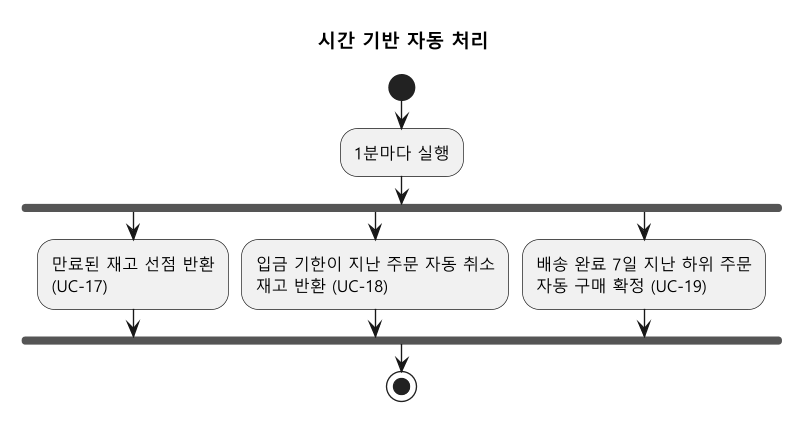
parknahyun/shopflow keeps this PlantUML diagram as specs/001-multiseller-commerce-core/diagrams/business-process-auto.png. Above is the earlier version. Its diagram source:
```plantuml
@startuml
skinparam defaultFontName "Malgun Gothic"
skinparam dpi 130
title 시간 기반 자동 처리

|스케줄러|
start
:1분마다 실행;
fork
  :만료된 재고 선점 반환\n(UC-17);
fork again
  :입금 기한이 지난 주문 자동 취소\n재고 반환 (UC-18);
fork again
  :배송 완료 7일 지난 하위 주문\n자동 구매 확정 (UC-19);
end fork
stop
@enduml
```
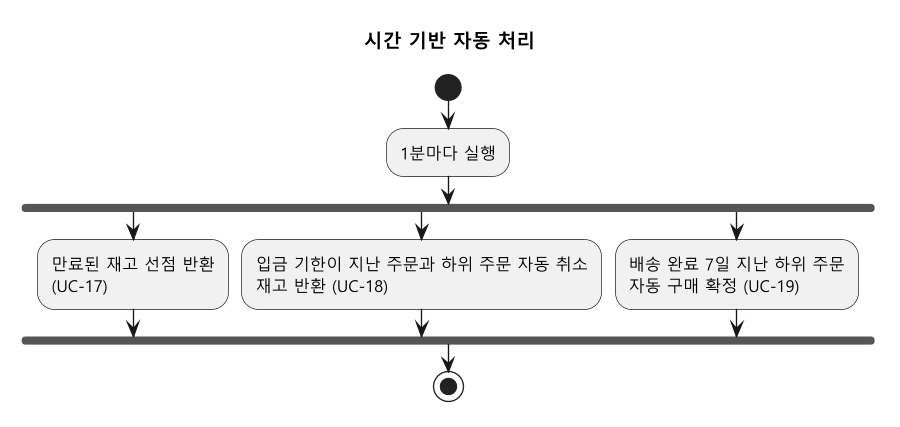
Later version of the same file.

What changed in the source:
```diff
@@ -1,6 +1,6 @@
 @startuml
-skinparam defaultFontName "Malgun Gothic"
-skinparam dpi 130
+skinparamlocked defaultFontName Malgun Gothic
+skinparamlocked dpi 130
 title 시간 기반 자동 처리
 
 |스케줄러|
@@ -9,7 +9,7 @@
 fork
   :만료된 재고 선점 반환\n(UC-17);
 fork again
-  :입금 기한이 지난 주문 자동 취소\n재고 반환 (UC-18);
+  :입금 기한이 지난 주문과 하위 주문 자동 취소\n재고 반환 (UC-18);
 fork again
   :배송 완료 7일 지난 하위 주문\n자동 구매 확정 (UC-19);
 end fork
```
